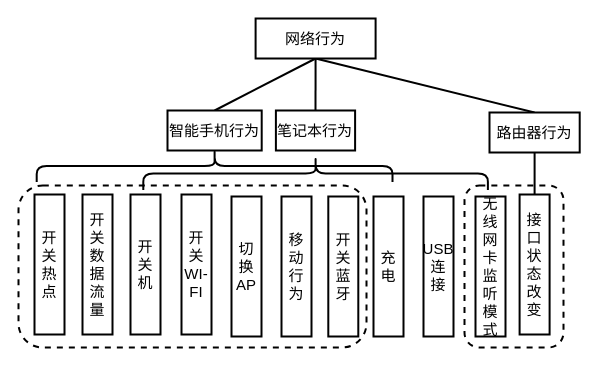
Icarus1994/neutron_conf keeps this draw.io diagram as page "网络行为与链路状态关系" (2 of 3) of 移动互联网场景图.drawio. Above is the earlier version. Source tidied: cells renumbered, new cells numbered last; positions are measured from the earlier drawing's top-left corner, leaving out a move shared by most shapes. Both pictures are drawn from the tidied source at 100%, with x=0, y=0 at pixel (18, -13).
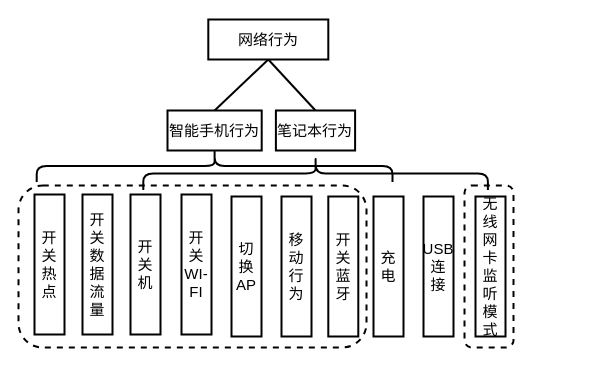
After the change.

The edit, as a diff of the source:
```diff
@@
-    <mxCell id="5" style="edgeStyle=none;rounded=0;jettySize=auto;html=1;exitX=0.5;exitY=1;exitDx=0;exitDy=0;entryX=0.5;entryY=0;entryDx=0;entryDy=0;endArrow=none;endFill=0;strokeColor=#000000;strokeWidth=2;fillColor=#FFFF00;fontSize=15;" parent="1" edge="1" source="6" target="21">
-      <mxGeometry relative="1" as="geometry" />
-    </mxCell>
     <mxCell id="6" value="&lt;font style=&quot;font-size: 15px;&quot;&gt;网络行为&lt;/font&gt;" style="rounded=0;whiteSpace=wrap;html=1;strokeWidth=2;fontSize=15;" parent="1" vertex="1">
-      <mxGeometry x="237.1" y="31" width="120" height="40" as="geometry" />
+      <mxGeometry x="189.8" y="32" width="120" height="40" as="geometry" />
     </mxCell>
@@
-    <mxCell id="17" value="&lt;span style=&quot;font-size: 15px&quot;&gt;接口状态改变&lt;/span&gt;" style="rounded=0;whiteSpace=wrap;html=1;strokeWidth=2;" parent="1" vertex="1">
-      <mxGeometry x="501.1" y="207" width="30" height="140" as="geometry" />
-    </mxCell>
@@
-    <mxCell id="20" style="edgeStyle=orthogonalEdgeStyle;rounded=0;jettySize=auto;html=1;exitX=0.5;exitY=1;exitDx=0;exitDy=0;entryX=0.5;entryY=0;entryDx=0;entryDy=0;endArrow=none;endFill=0;strokeColor=#000000;fillColor=#FFFF00;fontSize=15;strokeWidth=2;" parent="1" edge="1" source="21" target="17">
-      <mxGeometry relative="1" as="geometry" />
-    </mxCell>
-    <mxCell id="21" value="路由器行为" style="rounded=0;whiteSpace=wrap;html=1;strokeWidth=2;fontSize=15;" parent="1" vertex="1">
-      <mxGeometry x="471" y="125" width="90.2" height="40" as="geometry" />
-    </mxCell>
@@
     <mxCell id="24" style="rounded=1;whiteSpace=wrap;html=1;dashed=1;strokeColor=#000000;strokeWidth=2;fillColor=none;fontSize=15;" parent="1" vertex="1">
-      <mxGeometry x="446" y="198" width="99" height="162" as="geometry" />
+      <mxGeometry x="446" y="198" width="49" height="162" as="geometry" />
     </mxCell>
```
